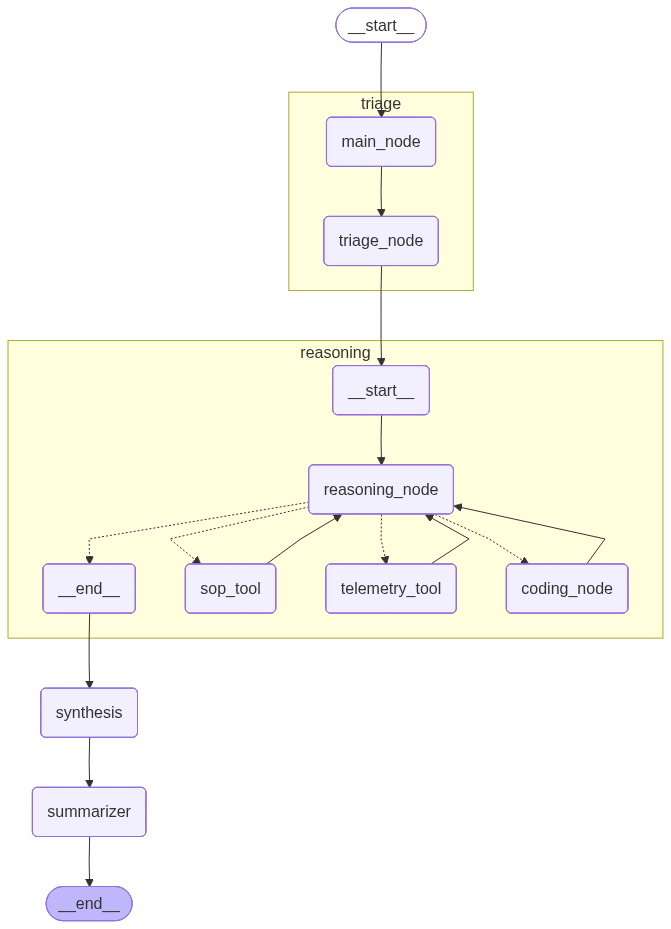
Earlier version of the Mermaid export artifacts/graph.png (joannelaii/microservices-observability-agents). Its source is kept beside it as artifacts/graph.mmd. The source it was exported from:
```mermaid
---
config:
  flowchart:
    curve: linear
---
graph TD;
	__start__([<p>__start__</p>]):::first
	synthesis(synthesis)
	summarizer(summarizer)
	__end__([<p>__end__</p>]):::last
	__start__ --> triage\3amain_node;
	reasoning\3a__end__ --> synthesis;
	synthesis --> summarizer;
	triage\3atriage_node --> reasoning\3a__start__;
	summarizer --> __end__;
	subgraph triage
	triage\3amain_node(main_node)
	triage\3atriage_node(triage_node)
	triage\3amain_node --> triage\3atriage_node;
	end
	subgraph reasoning
	reasoning\3a__start__(<p>__start__</p>)
	reasoning\3areasoning_node(reasoning_node)
	reasoning\3asop_tool(sop_tool)
	reasoning\3atelemetry_tool(telemetry_tool)
	reasoning\3acoding_node(coding_node)
	reasoning\3a__end__(<p>__end__</p>)
	reasoning\3a__start__ --> reasoning\3areasoning_node;
	reasoning\3acoding_node --> reasoning\3areasoning_node;
	reasoning\3areasoning_node -.-> reasoning\3acoding_node;
	reasoning\3areasoning_node -.-> reasoning\3asop_tool;
	reasoning\3areasoning_node -.-> reasoning\3atelemetry_tool;
	reasoning\3asop_tool --> reasoning\3areasoning_node;
	reasoning\3atelemetry_tool --> reasoning\3areasoning_node;
	reasoning\3areasoning_node -.-> reasoning\3a__end__;
	end
	classDef default fill:#f2f0ff,line-height:1.2
	classDef first fill-opacity:0
	classDef last fill:#bfb6fc
```
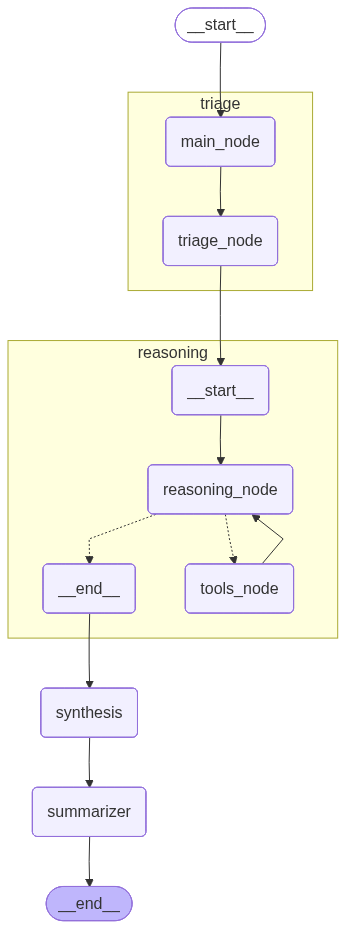
After the commit.

Commit message:
rebase: reasoning graph (#18)

Change to the diagram source:
```diff
@@ -21,18 +21,12 @@
 	subgraph reasoning
 	reasoning\3a__start__(<p>__start__</p>)
 	reasoning\3areasoning_node(reasoning_node)
-	reasoning\3asop_tool(sop_tool)
-	reasoning\3atelemetry_tool(telemetry_tool)
-	reasoning\3acoding_node(coding_node)
+	reasoning\3atools_node(tools_node)
 	reasoning\3a__end__(<p>__end__</p>)
 	reasoning\3a__start__ --> reasoning\3areasoning_node;
-	reasoning\3acoding_node --> reasoning\3areasoning_node;
-	reasoning\3areasoning_node -.-> reasoning\3acoding_node;
-	reasoning\3areasoning_node -.-> reasoning\3asop_tool;
-	reasoning\3areasoning_node -.-> reasoning\3atelemetry_tool;
-	reasoning\3asop_tool --> reasoning\3areasoning_node;
-	reasoning\3atelemetry_tool --> reasoning\3areasoning_node;
 	reasoning\3areasoning_node -.-> reasoning\3a__end__;
+	reasoning\3areasoning_node -.-> reasoning\3atools_node;
+	reasoning\3atools_node --> reasoning\3areasoning_node;
 	end
 	classDef default fill:#f2f0ff,line-height:1.2
 	classDef first fill-opacity:0
```
